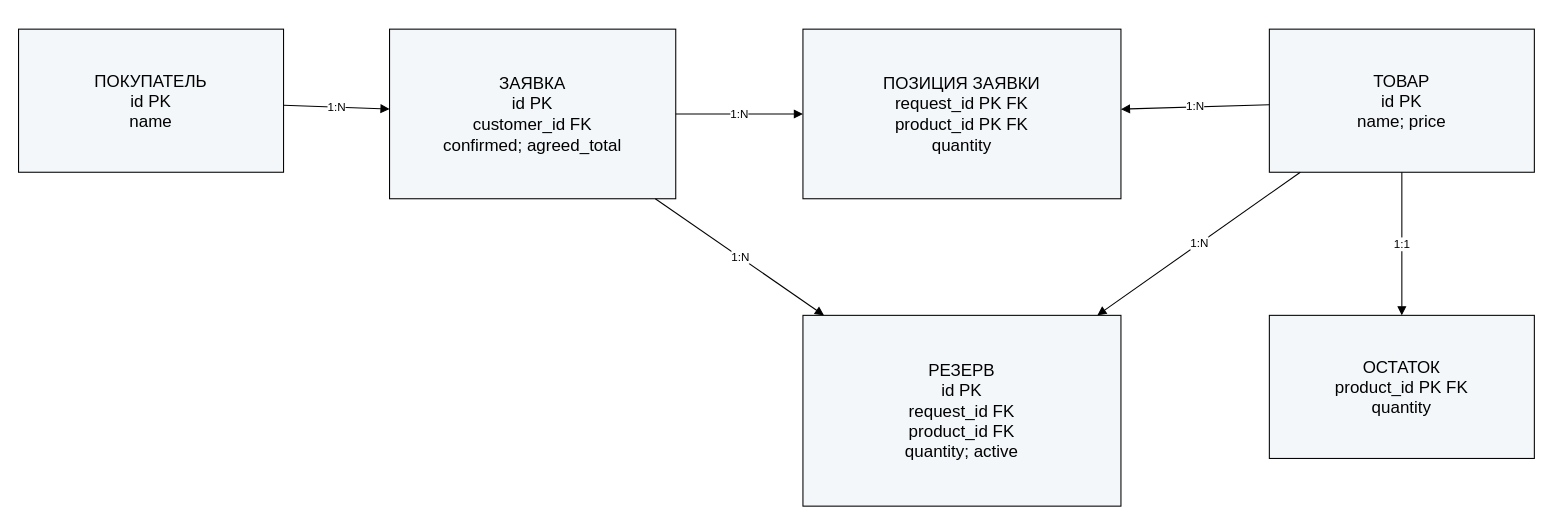
This is models/er_logical.drawio from iskanye/office-furniture, a draw.io file, before an edit. Source tidied: cells renumbered, new cells numbered last; positions are measured from the earlier drawing's top-left corner, leaving out a move shared by most shapes. Both pictures are drawn from the tidied source at 106%, with x=0, y=0 at pixel (18, 29).
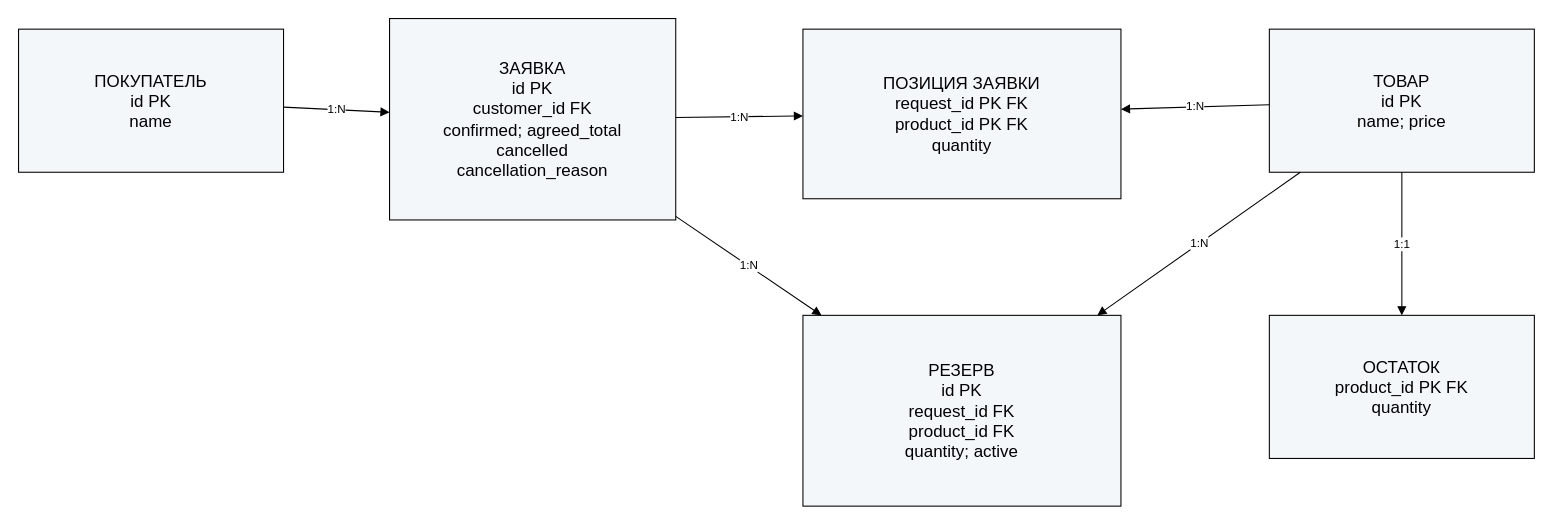
After the change.

The edit, as a diff of the source:
```diff
@@
 <mxGraphModel>
   <root>
     <mxCell id="0" />
     <mxCell id="1" parent="0" />
     <mxCell id="2" value="ПОКУПАТЕЛЬ&lt;br&gt;id PK&lt;br&gt;name" style="rounded=0;whiteSpace=wrap;html=1;fillColor=#f3f7fa;fontSize=16;" parent="1" vertex="1">
       <mxGeometry width="250" height="135" as="geometry" />
     </mxCell>
-    <mxCell id="3" value="ЗАЯВКА&lt;br&gt;id PK&lt;br&gt;customer_id FK&lt;br&gt;confirmed; agreed_total" style="rounded=0;whiteSpace=wrap;html=1;fillColor=#f3f7fa;fontSize=16;" parent="1" vertex="1">
-      <mxGeometry x="350" width="270" height="160" as="geometry" />
+    <mxCell id="3" value="ЗАЯВКА&lt;br&gt;id PK&lt;br&gt;customer_id FK&lt;br&gt;confirmed; agreed_total&lt;br&gt;cancelled&lt;br&gt;cancellation_reason" style="rounded=0;whiteSpace=wrap;html=1;fillColor=#f3f7fa;fontSize=16;" parent="1" vertex="1">
+      <mxGeometry x="350" y="-10" width="270" height="190" as="geometry" />
     </mxCell>
     <mxCell id="4" value="ПОЗИЦИЯ ЗАЯВКИ&lt;br&gt;request_id PK FK&lt;br&gt;product_id PK FK&lt;br&gt;quantity" style="rounded=0;whiteSpace=wrap;html=1;fillColor=#f3f7fa;fontSize=16;" parent="1" vertex="1">
       <mxGeometry x="740" width="300" height="160" as="geometry" />
     </mxCell>
     <mxCell id="5" value="ТОВАР&lt;br&gt;id PK&lt;br&gt;name; price" style="rounded=0;whiteSpace=wrap;html=1;fillColor=#f3f7fa;fontSize=16;" parent="1" vertex="1">
       <mxGeometry x="1180" width="250" height="135" as="geometry" />
     </mxCell>
     <mxCell id="6" value="ОСТАТОК&lt;br&gt;product_id PK FK&lt;br&gt;quantity" style="rounded=0;whiteSpace=wrap;html=1;fillColor=#f3f7fa;fontSize=16;" parent="1" vertex="1">
       <mxGeometry x="1180" y="270" width="250" height="135" as="geometry" />
     </mxCell>
     <mxCell id="7" value="РЕЗЕРВ&lt;br&gt;id PK&lt;br&gt;request_id FK&lt;br&gt;product_id FK&lt;br&gt;quantity; active" style="rounded=0;whiteSpace=wrap;html=1;fillColor=#f3f7fa;fontSize=16;" parent="1" vertex="1">
       <mxGeometry x="740" y="270" width="300" height="180" as="geometry" />
     </mxCell>
     <mxCell id="8" value="1:N" style="endArrow=block;html=1;rounded=0;" parent="1" edge="1" source="2" target="3">
       <mxGeometry relative="1" as="geometry" />
     </mxCell>
     <mxCell id="9" value="1:N" style="endArrow=block;html=1;rounded=0;" parent="1" edge="1" source="3" target="4">
       <mxGeometry relative="1" as="geometry" />
     </mxCell>
     <mxCell id="10" value="1:N" style="endArrow=block;html=1;rounded=0;" parent="1" edge="1" source="5" target="4">
       <mxGeometry relative="1" as="geometry" />
     </mxCell>
     <mxCell id="11" value="1:1" style="endArrow=block;html=1;rounded=0;" parent="1" edge="1" source="5" target="6">
       <mxGeometry relative="1" as="geometry" />
     </mxCell>
     <mxCell id="12" value="1:N" style="endArrow=block;html=1;rounded=0;" parent="1" edge="1" source="3" target="7">
       <mxGeometry relative="1" as="geometry" />
     </mxCell>
     <mxCell id="13" value="1:N" style="endArrow=block;html=1;rounded=0;" parent="1" edge="1" source="5" target="7">
       <mxGeometry relative="1" as="geometry" />
     </mxCell>
   </root>
 </mxGraphModel>
```
